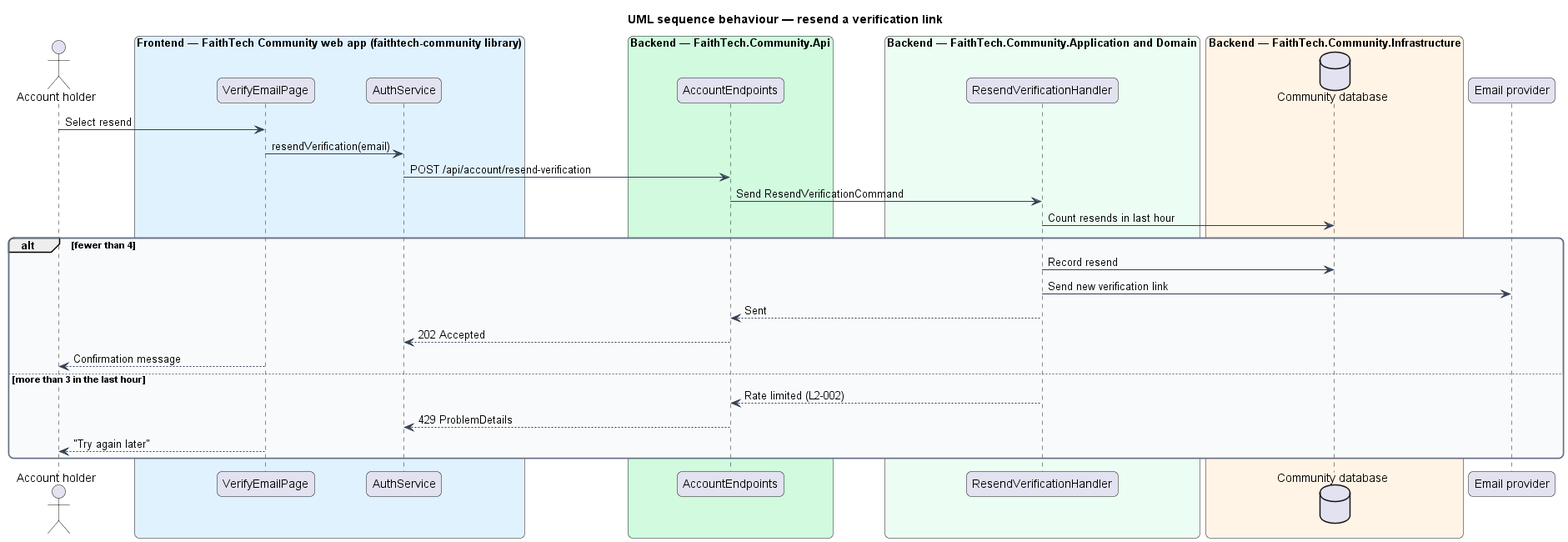
QuinntyneBrown/faithtech-community keeps this PlantUML diagram as docs/detailed-designs/identity/email-verification/diagrams/sequence-resend-verification.png. Above is the earlier version.
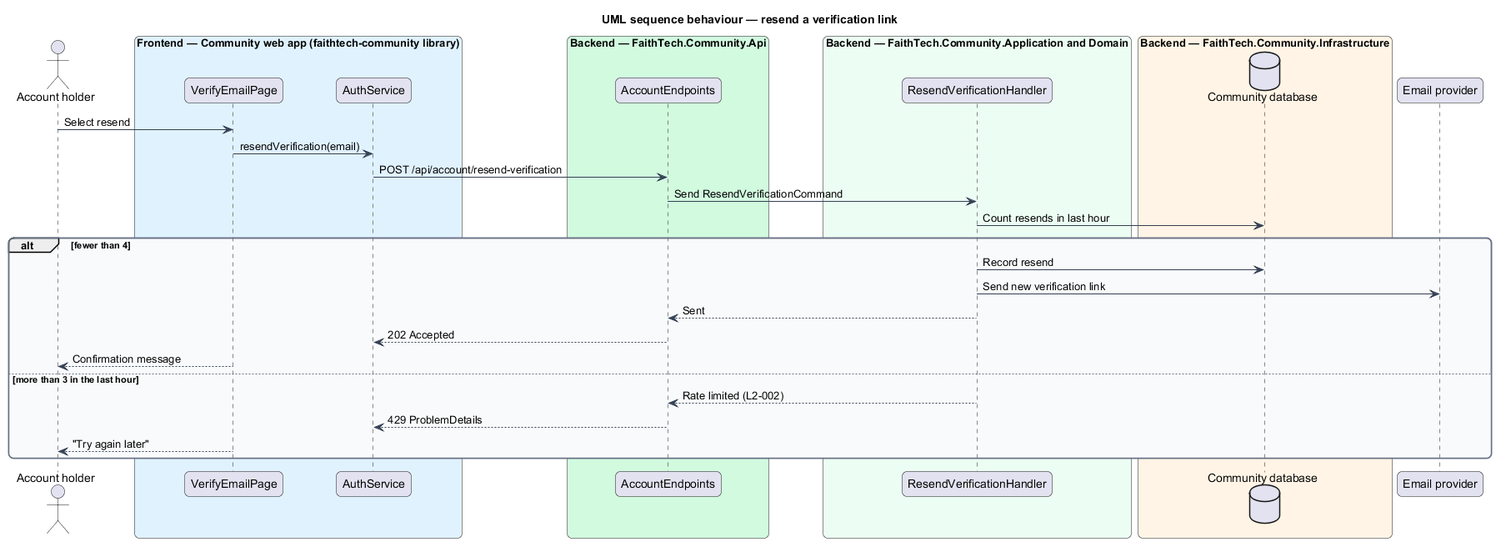
After the commit.

Diff of the diagram source:
```diff
@@ -15,7 +15,7 @@
   BackgroundColor #F9FAFB
 }
 actor "Account holder" as actor
-box "Frontend — FaithTech Community web app (faithtech-community library)" #E0F2FE
+box "Frontend — Community web app (faithtech-community library)" #E0F2FE
   participant "VerifyEmailPage" as page
   participant "AuthService" as client
 end box
```
